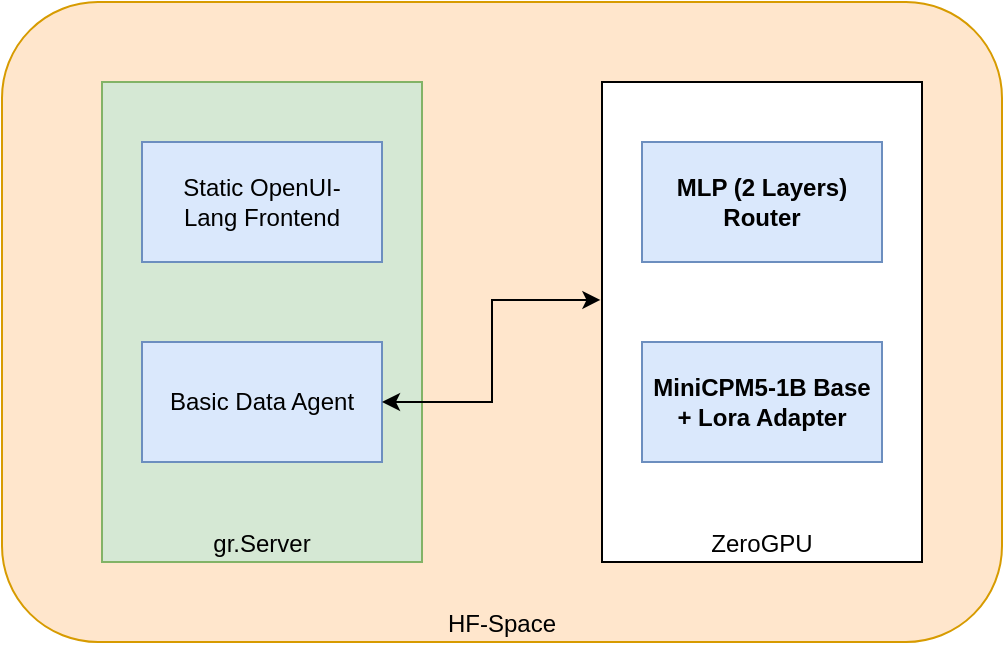
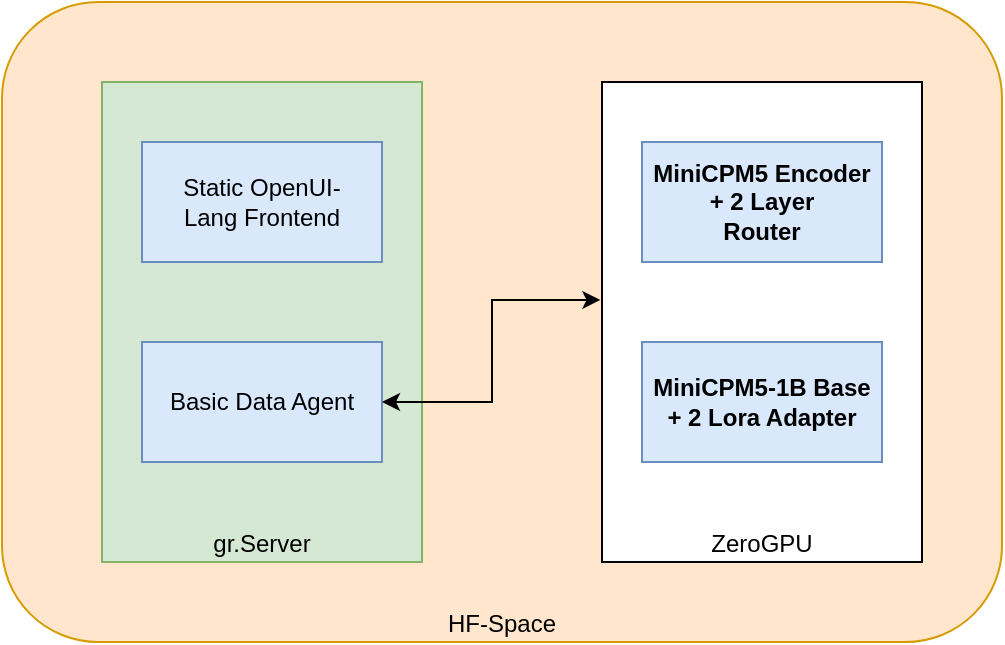
<mxfile host="Electron">
  <diagram name="Seite-1" id="Z_07zFW2PthRbsxnoF9q">
-     <mxGraphModel dx="1201" dy="828" grid="1" gridSize="10" guides="1" tooltips="1" connect="1" arrows="1" fold="1" page="1" pageScale="1" pageWidth="827" pageHeight="1169" math="0" shadow="0">
+     <mxGraphModel dx="1414" dy="841" grid="1" gridSize="10" guides="1" tooltips="1" connect="1" arrows="1" fold="1" page="1" pageScale="1" pageWidth="827" pageHeight="1169" math="0" shadow="0">
      <root>
        <mxCell id="0" />
        <mxCell id="1" parent="0" />
        <mxCell id="dNtx9LtnxsNZWUKO8sMo-1" parent="1" style="rounded=1;whiteSpace=wrap;html=1;fillColor=#ffe6cc;strokeColor=#d79b00;verticalAlign=bottom;" value="HF-Space" vertex="1">
          <mxGeometry height="320" width="500" x="210" y="80" as="geometry" />
        </mxCell>
        <mxCell id="dNtx9LtnxsNZWUKO8sMo-2" parent="1" style="rounded=0;whiteSpace=wrap;html=1;verticalAlign=bottom;fillColor=#d5e8d4;strokeColor=#82b366;" value="gr.Server" vertex="1">
          <mxGeometry height="240" width="160" x="260" y="120" as="geometry" />
        </mxCell>
        <mxCell id="dNtx9LtnxsNZWUKO8sMo-3" parent="1" style="rounded=0;whiteSpace=wrap;html=1;verticalAlign=bottom;" value="ZeroGPU" vertex="1">
          <mxGeometry height="240" width="160" x="510" y="120" as="geometry" />
        </mxCell>
        <mxCell id="dNtx9LtnxsNZWUKO8sMo-4" parent="1" style="rounded=0;whiteSpace=wrap;html=1;fillColor=#dae8fc;strokeColor=#6c8ebf;" value="Static OpenUI-&lt;div&gt;Lang Frontend&lt;/div&gt;" vertex="1">
          <mxGeometry height="60" width="120" x="280" y="150" as="geometry" />
        </mxCell>
-         <mxCell id="dNtx9LtnxsNZWUKO8sMo-5" parent="1" style="rounded=0;whiteSpace=wrap;html=1;fillColor=#dae8fc;strokeColor=#6c8ebf;" value="&lt;strong&gt;MiniCPM5-1B Base&lt;/strong&gt;&lt;div&gt;&lt;strong&gt;+ Lora Adapter&lt;/strong&gt;&lt;/div&gt;" vertex="1">
+         <mxCell id="dNtx9LtnxsNZWUKO8sMo-5" parent="1" style="rounded=0;whiteSpace=wrap;html=1;fillColor=#dae8fc;strokeColor=#6c8ebf;" value="&lt;strong&gt;MiniCPM5-1B Base&lt;/strong&gt;&lt;div&gt;&lt;strong&gt;+ 2 Lora Adapter&lt;/strong&gt;&lt;/div&gt;" vertex="1">
          <mxGeometry height="60" width="120" x="530" y="250" as="geometry" />
        </mxCell>
-         <mxCell id="dNtx9LtnxsNZWUKO8sMo-6" parent="1" style="rounded=0;whiteSpace=wrap;html=1;fillColor=#dae8fc;strokeColor=#6c8ebf;" value="&lt;b&gt;MLP (2 Layers)&lt;br&gt;Router&lt;/b&gt;" vertex="1">
+         <mxCell id="dNtx9LtnxsNZWUKO8sMo-6" parent="1" style="rounded=0;whiteSpace=wrap;html=1;fillColor=#dae8fc;strokeColor=#6c8ebf;" value="&lt;b&gt;MiniCPM5 Encoder + 2 Layer&lt;br&gt;Router&lt;/b&gt;" vertex="1">
          <mxGeometry height="60" width="120" x="530" y="150" as="geometry" />
        </mxCell>
        <mxCell id="dNtx9LtnxsNZWUKO8sMo-8" parent="1" style="rounded=0;whiteSpace=wrap;html=1;fillColor=#dae8fc;strokeColor=#6c8ebf;" value="Basic Data Agent" vertex="1">
          <mxGeometry height="60" width="120" x="280" y="250" as="geometry" />
        </mxCell>
        <mxCell id="dNtx9LtnxsNZWUKO8sMo-9" edge="1" parent="1" source="dNtx9LtnxsNZWUKO8sMo-8" style="edgeStyle=orthogonalEdgeStyle;rounded=0;orthogonalLoop=1;jettySize=auto;html=1;entryX=-0.005;entryY=0.454;entryDx=0;entryDy=0;entryPerimeter=0;startArrow=classic;startFill=1;" target="dNtx9LtnxsNZWUKO8sMo-3">
          <mxGeometry relative="1" as="geometry" />
        </mxCell>
      </root>
    </mxGraphModel>
  </diagram>
</mxfile>
